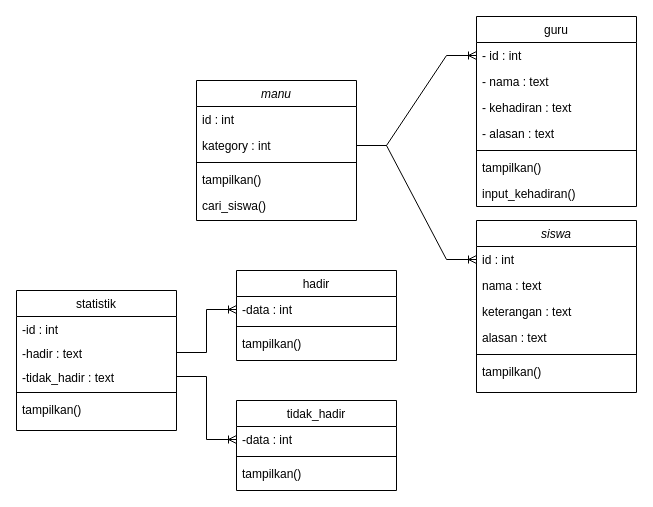
Before: Diagram Tanpa Judul.drawio in R3G-Neww/absensi-kelas-pplg2, a draw.io diagram. Source tidied: cells renumbered, new cells numbered last; positions are measured from the earlier drawing's top-left corner, leaving out a move shared by most shapes. Both pictures are drawn from the tidied source at 100%, with x=0, y=0 at pixel (16, 16).
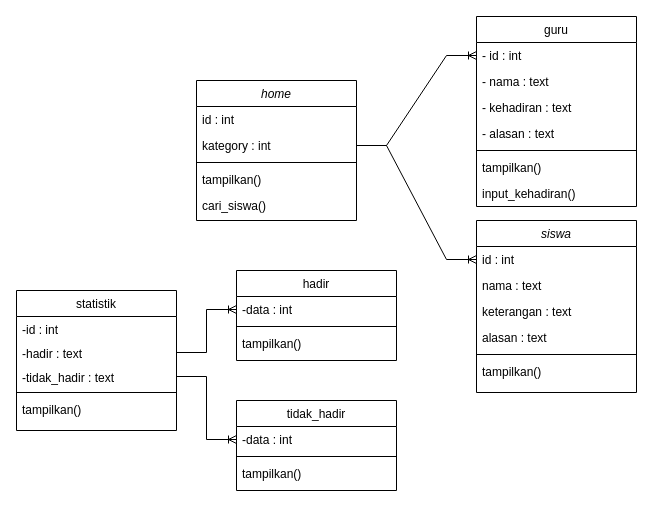
The same page after the edit.

The edit, as a diff of the source:
```diff
@@
-    <mxCell id="2" value="manu" style="swimlane;fontStyle=2;align=center;verticalAlign=top;horizontal=1;startSize=26;rounded=0;shadow=0;strokeWidth=1;" parent="1" vertex="1">
+    <mxCell id="2" value="home" style="swimlane;fontStyle=2;align=center;verticalAlign=top;horizontal=1;startSize=26;rounded=0;shadow=0;strokeWidth=1;" parent="1" vertex="1">
       <mxGeometry x="180" y="64" width="160" height="140" as="geometry" />
     </mxCell>
```
